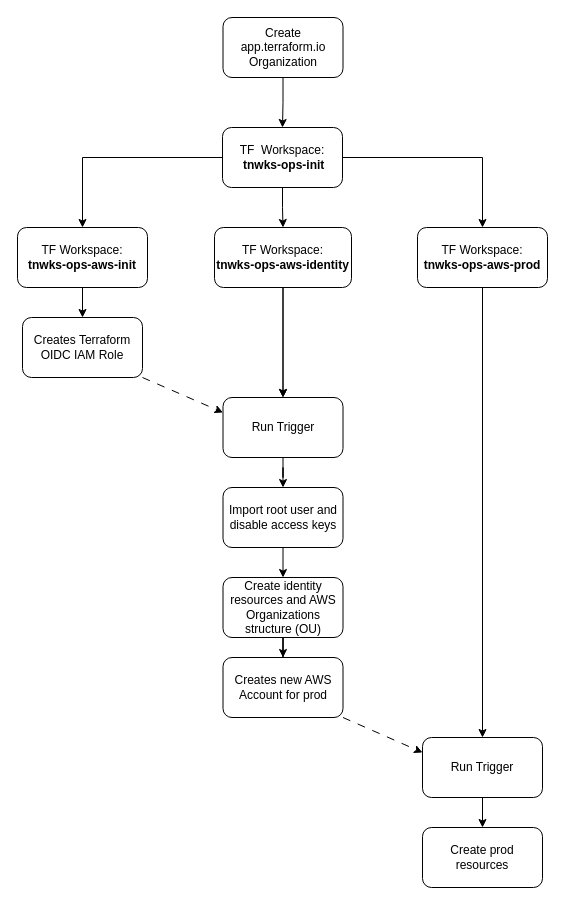
Earlier version of the draw.io diagram docs/diagrams/tnwks-ops-tfcloud-flow.drawio (iT3E/tnwks-ops). Source tidied: cells renumbered, new cells numbered last; positions are measured from the earlier drawing's top-left corner, leaving out a move shared by most shapes. Both pictures are drawn from the tidied source at 100%, with x=0, y=0 at pixel (17, 17).
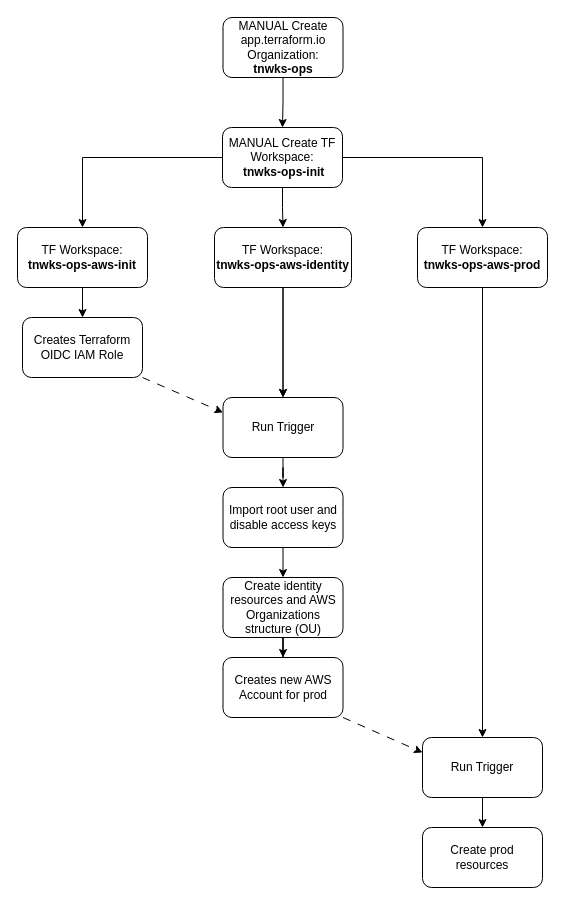
After the change.

Commit message:
📖 DOC: Update tfcloud flow diagram

Change to the diagram source:
```diff
@@
-    <mxCell id="3" value="Create app.terraform.io Organization" style="rounded=1;whiteSpace=wrap;html=1;" parent="1" vertex="1">
+    <mxCell id="3" value="MANUAL Create app.terraform.io Organization:&lt;br&gt;&lt;b&gt;tnwks-ops&lt;/b&gt;" style="rounded=1;whiteSpace=wrap;html=1;" parent="1" vertex="1">
       <mxGeometry x="205.5" width="120" height="60" as="geometry" />
     </mxCell>
@@
-    <mxCell id="7" value="TF&amp;nbsp; Workspace:&lt;br&gt;&amp;nbsp;&lt;b&gt;tnwks-ops-init&lt;/b&gt;" style="whiteSpace=wrap;html=1;rounded=1;" parent="1" vertex="1">
+    <mxCell id="7" value="MANUAL Create TF Workspace:&lt;br&gt;&amp;nbsp;&lt;b&gt;tnwks-ops-init&lt;/b&gt;" style="whiteSpace=wrap;html=1;rounded=1;" parent="1" vertex="1">
       <mxGeometry x="205" y="110" width="120" height="60" as="geometry" />
     </mxCell>
```
